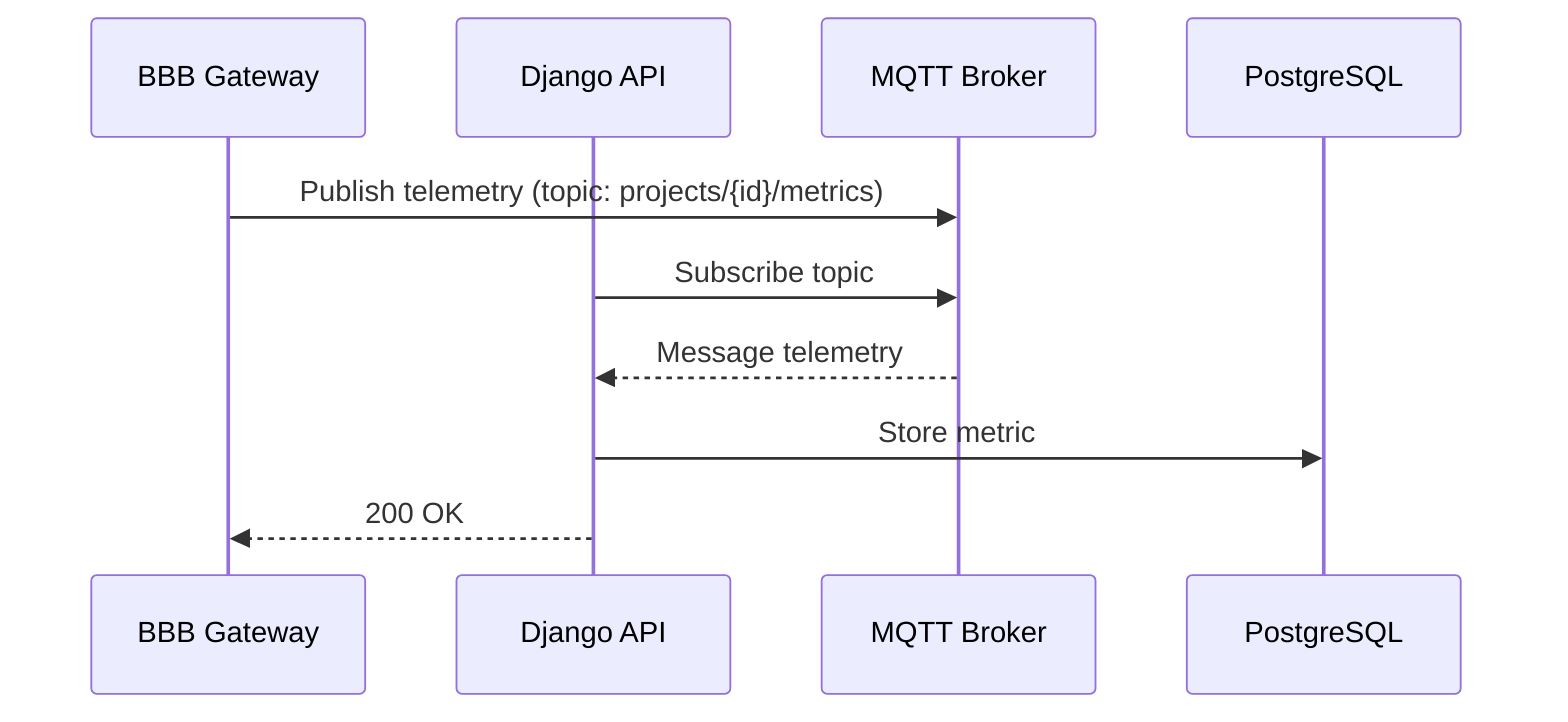
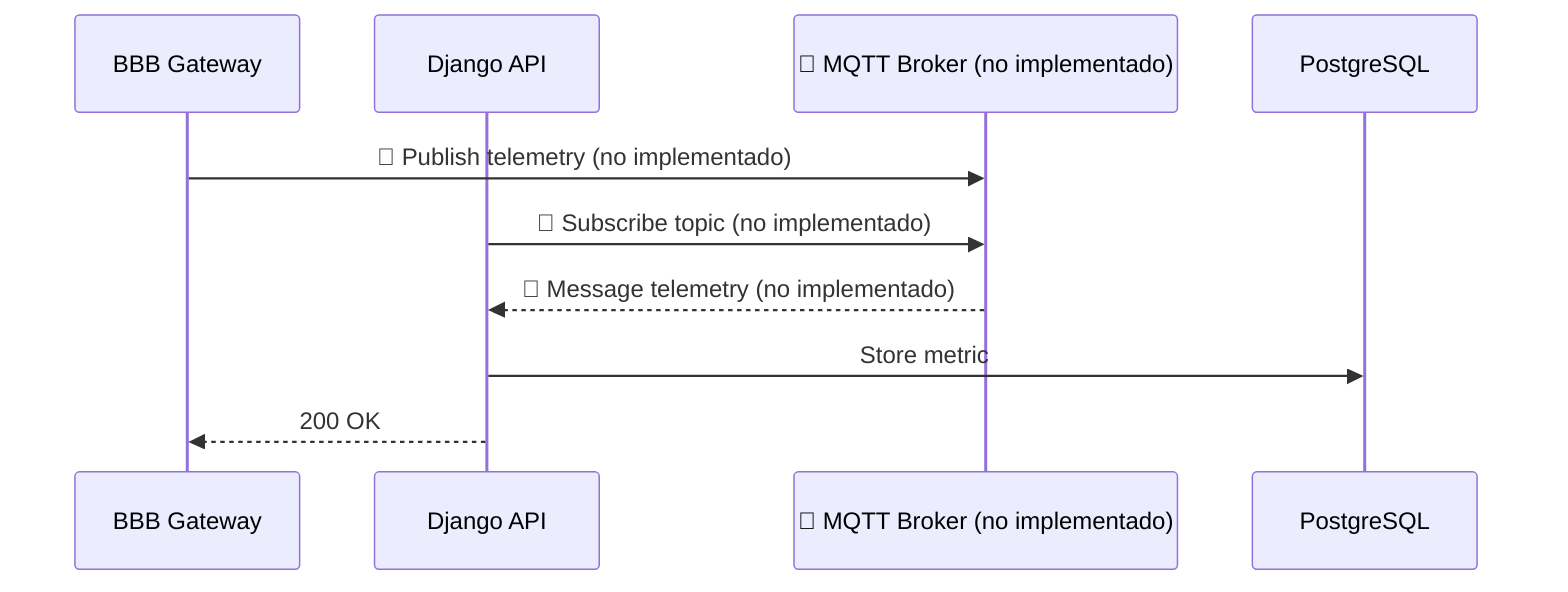
+ %% 🔷 DIAGRAMA COMPLETO = Objetivo, no implementado.
+ %% Evidencia: no hay broker MQTT en docker-compose.yml, no hay paho-mqtt en
+ %% requirements.txt del backend, y src/embedded/bbb_01_gateway/mqtt_broker.py
+ %% está en 0 bytes. La ingesta real hoy es vía API REST directa. Verificado 20-jul-2026.
+ 
sequenceDiagram
  participant BBB as BBB Gateway
  participant API as Django API
-   participant MQ as MQTT Broker
+   participant MQ as 🔷 MQTT Broker (no implementado)
  participant DB as PostgreSQL
-   BBB->>MQ: Publish telemetry (topic: projects/{id}/metrics)
-   API->>MQ: Subscribe topic
-   MQ-->>API: Message telemetry
+   BBB->>MQ: 🔷 Publish telemetry (no implementado)
+   API->>MQ: 🔷 Subscribe topic (no implementado)
+   MQ-->>API: 🔷 Message telemetry (no implementado)
  API->>DB: Store metric
  API-->>BBB: 200 OK